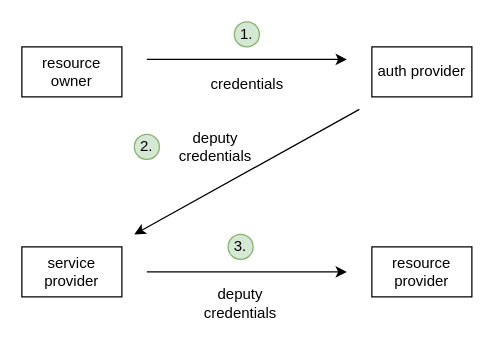
This is The Web/static/authaccdel.drawio from sistembeyimiz-001/code-web, a draw.io file, before an edit. Source tidied: cells renumbered, new cells numbered last; positions are measured from the earlier drawing's top-left corner, leaving out a move shared by most shapes. Both pictures are drawn from the tidied source at 125%, with x=0, y=0 at pixel (21, 21).
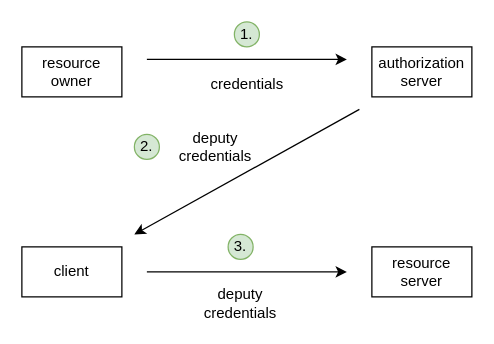
After the change.

Commit message (it also covers changes not shown here):
[TMP] feat(The Web): write more, update OAuth to 2.1 (removes Implicit Flow, Resource Owner Password Credential Flow)

Change to the diagram source:
```diff
@@
 <mxGraphModel>
   <root>
     <mxCell id="0" />
     <mxCell id="1" parent="0" />
     <mxCell id="2" value="resource owner" style="rounded=0;whiteSpace=wrap;html=1;" parent="1" vertex="1">
       <mxGeometry y="20" width="80" height="40" as="geometry" />
     </mxCell>
-    <mxCell id="3" value="service provider" style="rounded=0;whiteSpace=wrap;html=1;" parent="1" vertex="1">
+    <mxCell id="3" value="client" style="rounded=0;whiteSpace=wrap;html=1;" parent="1" vertex="1">
       <mxGeometry y="180" width="80" height="40" as="geometry" />
     </mxCell>
-    <mxCell id="4" value="resource provider" style="rounded=0;whiteSpace=wrap;html=1;" parent="1" vertex="1">
+    <mxCell id="4" value="resource server" style="rounded=0;whiteSpace=wrap;html=1;" parent="1" vertex="1">
       <mxGeometry x="280" y="180" width="80" height="40" as="geometry" />
     </mxCell>
     <mxCell id="5" style="endArrow=classic;html=1;" parent="1" edge="1">
       <mxGeometry relative="1" as="geometry">
         <mxPoint x="100" y="200" as="sourcePoint" />
         <mxPoint x="260" y="200" as="targetPoint" />
       </mxGeometry>
     </mxCell>
     <mxCell id="6" value="deputy&lt;br&gt;credentials" style="text;html=1;strokeColor=none;fillColor=none;align=center;verticalAlign=middle;whiteSpace=wrap;rounded=0;" parent="1" vertex="1">
       <mxGeometry x="140" y="210" width="70" height="30" as="geometry" />
     </mxCell>
     <mxCell id="7" style="endArrow=classic;startArrow=none;html=1;startFill=0;" parent="1" edge="1">
       <mxGeometry relative="1" as="geometry">
         <mxPoint x="100" y="30" as="sourcePoint" />
         <mxPoint x="260" y="30" as="targetPoint" />
       </mxGeometry>
     </mxCell>
     <mxCell id="8" value="credentials" style="text;html=1;strokeColor=none;fillColor=none;align=center;verticalAlign=middle;whiteSpace=wrap;rounded=0;" parent="1" vertex="1">
       <mxGeometry x="147.5" y="40" width="65" height="20" as="geometry" />
     </mxCell>
     <mxCell id="9" style="endArrow=none;html=1;startArrow=classic;startFill=1;endFill=0;" parent="1" edge="1">
       <mxGeometry relative="1" as="geometry">
         <mxPoint x="90" y="170" as="sourcePoint" />
         <mxPoint x="270" y="70" as="targetPoint" />
       </mxGeometry>
     </mxCell>
     <mxCell id="10" value="deputy&lt;br&gt;credentials" style="text;html=1;strokeColor=none;fillColor=none;align=center;verticalAlign=middle;whiteSpace=wrap;rounded=0;" parent="1" vertex="1">
       <mxGeometry x="120" y="85" width="70" height="30" as="geometry" />
     </mxCell>
     <mxCell id="11" value="1." style="ellipse;whiteSpace=wrap;html=1;fillColor=#d5e8d4;strokeColor=#82b366;" parent="1" vertex="1">
       <mxGeometry x="170" width="20" height="20" as="geometry" />
     </mxCell>
     <mxCell id="12" value="2." style="ellipse;whiteSpace=wrap;html=1;fillColor=#d5e8d4;strokeColor=#82b366;" parent="1" vertex="1">
       <mxGeometry x="90" y="90" width="20" height="20" as="geometry" />
     </mxCell>
     <mxCell id="13" value="3." style="ellipse;whiteSpace=wrap;html=1;fillColor=#d5e8d4;strokeColor=#82b366;" parent="1" vertex="1">
       <mxGeometry x="165" y="170" width="20" height="20" as="geometry" />
     </mxCell>
-    <mxCell id="14" value="auth provider" style="rounded=0;whiteSpace=wrap;html=1;" parent="1" vertex="1">
+    <mxCell id="14" value="authorization server" style="rounded=0;whiteSpace=wrap;html=1;" parent="1" vertex="1">
       <mxGeometry x="280" y="20" width="80" height="40" as="geometry" />
     </mxCell>
   </root>
 </mxGraphModel>
```
